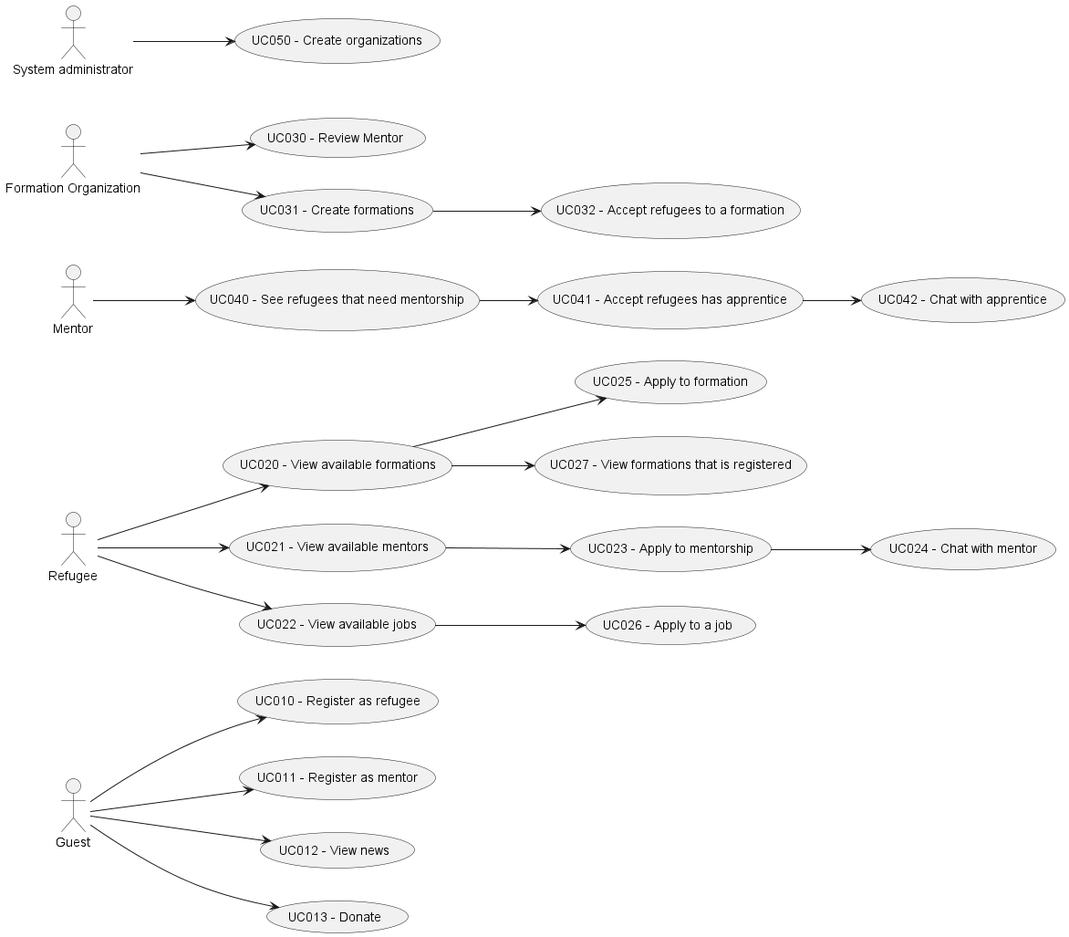
This is Doc/Requirements/png/UseCaseDiagram.png from kanzodotjava/RefugeeLINK, a PlantUML export, as it was before one commit.
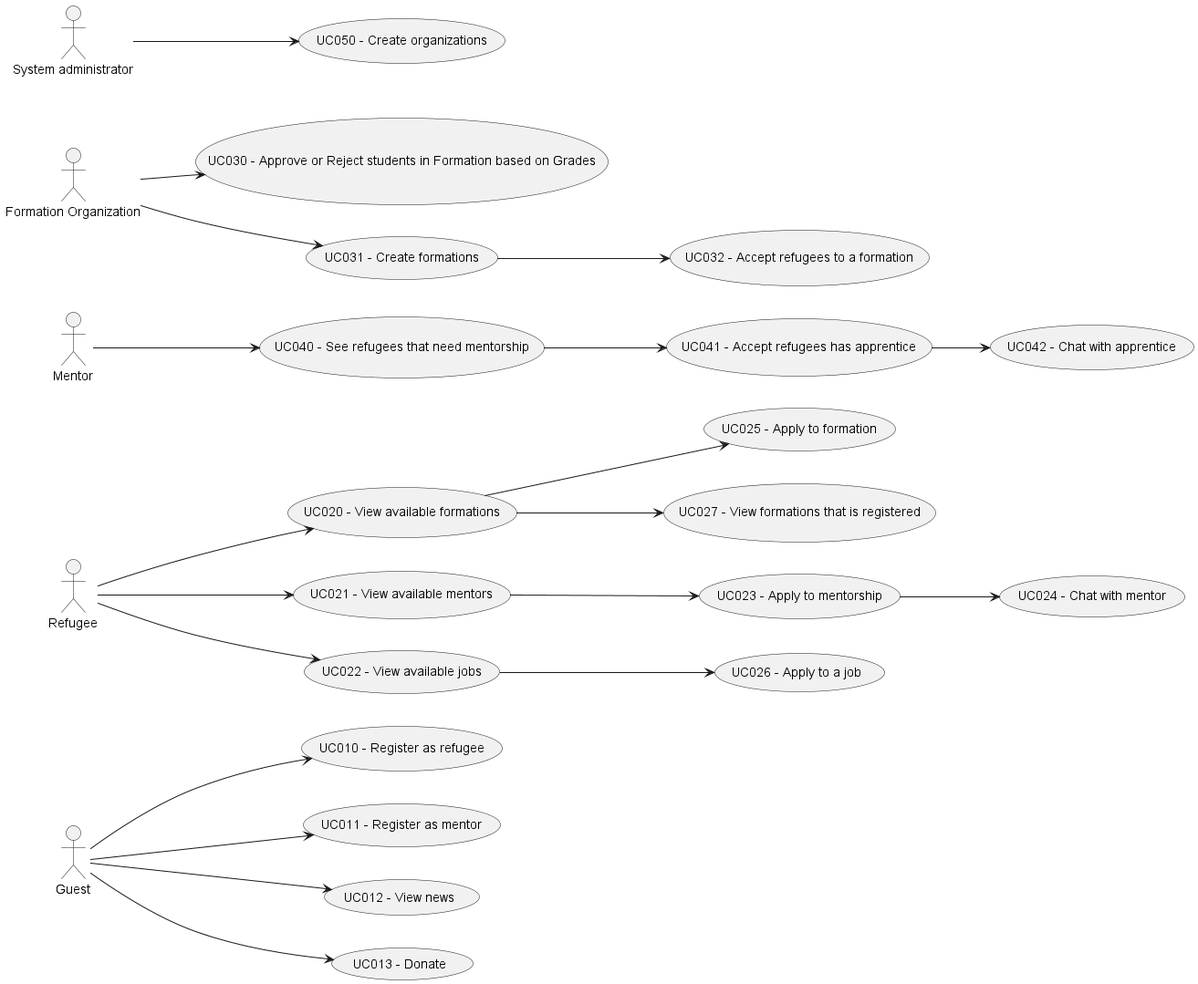
Above is the later version.

The edit, as a diff of the source:
```diff
@@ -24,7 +24,7 @@
 usecase "UC027 - View formations that is registered" as UC027
 
 
-usecase "UC030 - Review Mentor" as UC030
+usecase "UC030 - Approve or Reject students in Formation based on Grades" as UC030
 usecase "UC031 - Create formations" as UC031
 usecase "UC032 - Accept refugees to a formation" as UC032
 
```
